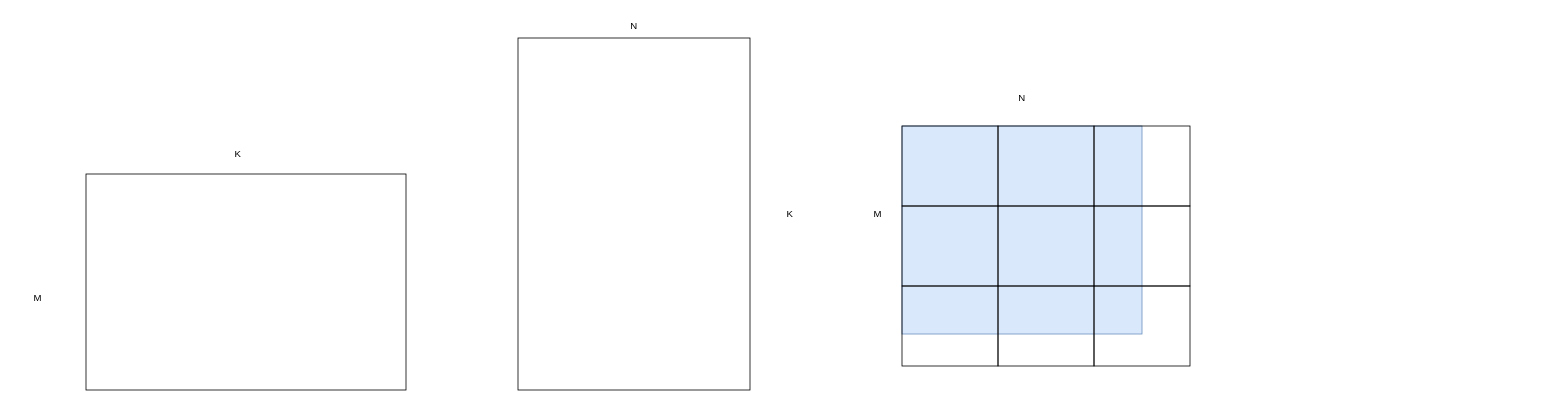
LamForest/draw.io keeps this draw.io diagram as GEMM.drawio. Above is the earlier version. Source tidied: cells renumbered, new cells numbered last; positions are measured from the earlier drawing's top-left corner, leaving out a move shared by most shapes. Both pictures are drawn from the tidied source at 80%, with x=0, y=0 at pixel (14, 14).
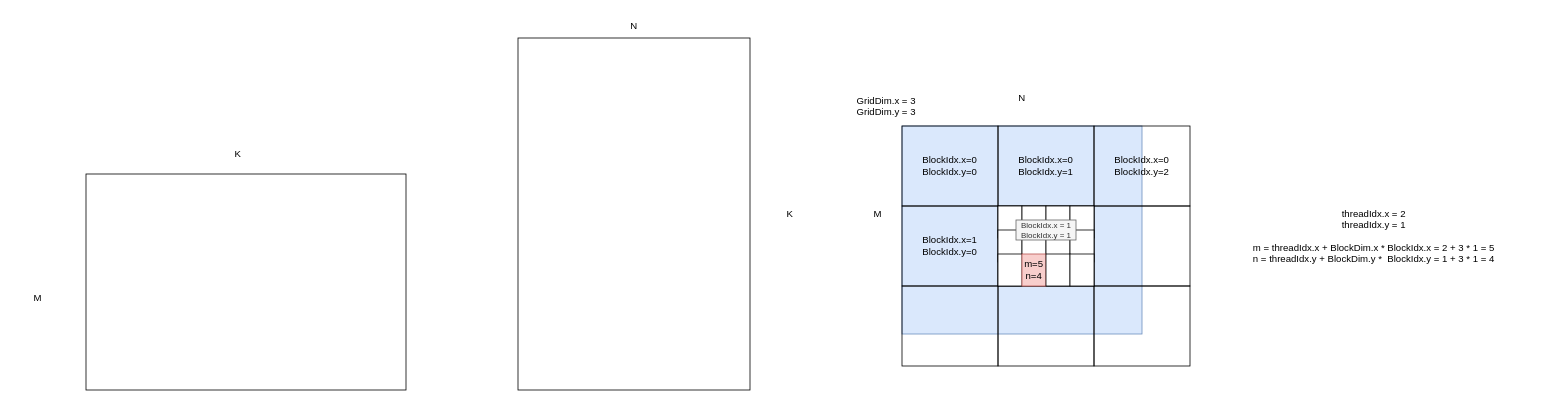
The same page after the edit.

What changed in the source:
```diff
@@
-    <mxCell id="11" style="rounded=0;whiteSpace=wrap;html=1;fillColor=none;" parent="1" vertex="1">
+    <mxCell id="11" value="&lt;div&gt;BlockIdx.x=0&lt;/div&gt;&lt;div&gt;BlockIdx.y=0&lt;/div&gt;" style="rounded=0;whiteSpace=wrap;html=1;fillColor=none;" parent="1" vertex="1">
       <mxGeometry x="1110" y="140" width="120" height="100" as="geometry" />
     </mxCell>
-    <mxCell id="12" style="rounded=0;whiteSpace=wrap;html=1;fillColor=none;" parent="1" vertex="1">
+    <mxCell id="12" value="&lt;div&gt;BlockIdx.x=1&lt;/div&gt;&lt;div&gt;BlockIdx.y=0&lt;/div&gt;" style="rounded=0;whiteSpace=wrap;html=1;fillColor=none;" parent="1" vertex="1">
       <mxGeometry x="1110" y="240" width="120" height="100" as="geometry" />
     </mxCell>
@@
-    <mxCell id="14" style="rounded=0;whiteSpace=wrap;html=1;fillColor=none;" parent="1" vertex="1">
+    <mxCell id="14" value="&lt;div&gt;BlockIdx.x=0&lt;/div&gt;&lt;div&gt;BlockIdx.y=1&lt;/div&gt;" style="rounded=0;whiteSpace=wrap;html=1;fillColor=none;" parent="1" vertex="1">
       <mxGeometry x="1230" y="140" width="120" height="100" as="geometry" />
     </mxCell>
@@
-    <mxCell id="17" style="rounded=0;whiteSpace=wrap;html=1;fillColor=none;" parent="1" vertex="1">
+    <mxCell id="17" value="&lt;div&gt;BlockIdx.x=0&lt;/div&gt;&lt;div&gt;BlockIdx.y=2&lt;/div&gt;" style="rounded=0;whiteSpace=wrap;html=1;fillColor=none;" parent="1" vertex="1">
       <mxGeometry x="1350" y="140" width="120" height="100" as="geometry" />
     </mxCell>
@@
+    <mxCell id="20" value="&lt;div&gt;GridDim.x = 3&lt;/div&gt;&lt;div&gt;GridDim.y = 3&lt;/div&gt;&lt;div&gt;&lt;br style=&quot;text-wrap: wrap;&quot;&gt;&lt;/div&gt;" style="text;html=1;align=center;verticalAlign=middle;strokeColor=none;fillColor=none;" parent="1" vertex="1">
+      <mxGeometry x="1040" y="93" width="100" height="60" as="geometry" />
+    </mxCell>
+    <mxCell id="21" style="rounded=0;whiteSpace=wrap;html=1;" parent="1" vertex="1">
+      <mxGeometry x="1230" y="240" width="30" height="40" as="geometry" />
+    </mxCell>
+    <mxCell id="22" style="rounded=0;whiteSpace=wrap;html=1;" parent="1" vertex="1">
+      <mxGeometry x="1260" y="240" width="30" height="40" as="geometry" />
+    </mxCell>
+    <mxCell id="23" style="rounded=0;whiteSpace=wrap;html=1;" parent="1" vertex="1">
+      <mxGeometry x="1290" y="240" width="30" height="40" as="geometry" />
+    </mxCell>
+    <mxCell id="24" style="rounded=0;whiteSpace=wrap;html=1;" parent="1" vertex="1">
+      <mxGeometry x="1320" y="240" width="30" height="40" as="geometry" />
+    </mxCell>
+    <mxCell id="25" style="rounded=0;whiteSpace=wrap;html=1;" parent="1" vertex="1">
+      <mxGeometry x="1230" y="270" width="30" height="40" as="geometry" />
+    </mxCell>
+    <mxCell id="26" style="rounded=0;whiteSpace=wrap;html=1;" parent="1" vertex="1">
+      <mxGeometry x="1260" y="270" width="30" height="40" as="geometry" />
+    </mxCell>
+    <mxCell id="27" style="rounded=0;whiteSpace=wrap;html=1;" parent="1" vertex="1">
+      <mxGeometry x="1290" y="270" width="30" height="40" as="geometry" />
+    </mxCell>
+    <mxCell id="28" style="rounded=0;whiteSpace=wrap;html=1;" parent="1" vertex="1">
+      <mxGeometry x="1320" y="270" width="30" height="40" as="geometry" />
+    </mxCell>
+    <mxCell id="29" style="rounded=0;whiteSpace=wrap;html=1;" parent="1" vertex="1">
+      <mxGeometry x="1230" y="300" width="30" height="40" as="geometry" />
+    </mxCell>
+    <mxCell id="30" value="m=5&lt;div&gt;n=4&lt;/div&gt;" style="rounded=0;whiteSpace=wrap;html=1;fillColor=#f8cecc;strokeColor=#b85450;" parent="1" vertex="1">
+      <mxGeometry x="1260" y="300" width="30" height="40" as="geometry" />
+    </mxCell>
+    <mxCell id="31" style="rounded=0;whiteSpace=wrap;html=1;" parent="1" vertex="1">
+      <mxGeometry x="1290" y="300" width="30" height="40" as="geometry" />
+    </mxCell>
+    <mxCell id="32" style="rounded=0;whiteSpace=wrap;html=1;" parent="1" vertex="1">
+      <mxGeometry x="1320" y="300" width="30" height="40" as="geometry" />
+    </mxCell>
+    <mxCell id="33" value="threadIdx.x = 2&lt;div&gt;threadIdx.y = 1&lt;/div&gt;&lt;div&gt;&lt;br&gt;&lt;/div&gt;&lt;div&gt;m = threadIdx.x + BlockDim.x * BlockIdx.x = 2 + 3 * 1 = 5&lt;/div&gt;&lt;div&gt;n = threadIdx.y + BlockDim.y *&amp;nbsp; BlockIdx.y = 1 + 3 * 1 = 4&lt;/div&gt;" style="text;html=1;align=center;verticalAlign=middle;whiteSpace=wrap;rounded=0;" parent="1" vertex="1">
+      <mxGeometry x="1490" y="255" width="420" height="45" as="geometry" />
+    </mxCell>
+    <mxCell id="34" value="BlockIdx.x = 1&lt;div style=&quot;font-size: 10px;&quot;&gt;BlockIdx.y = 1&lt;/div&gt;" style="text;html=1;align=center;verticalAlign=middle;whiteSpace=wrap;rounded=0;fillColor=#f5f5f5;fontColor=#333333;strokeColor=#666666;fontSize=10;" parent="1" vertex="1">
+      <mxGeometry x="1252.5" y="257.5" width="75" height="25" as="geometry" />
+    </mxCell>
```
